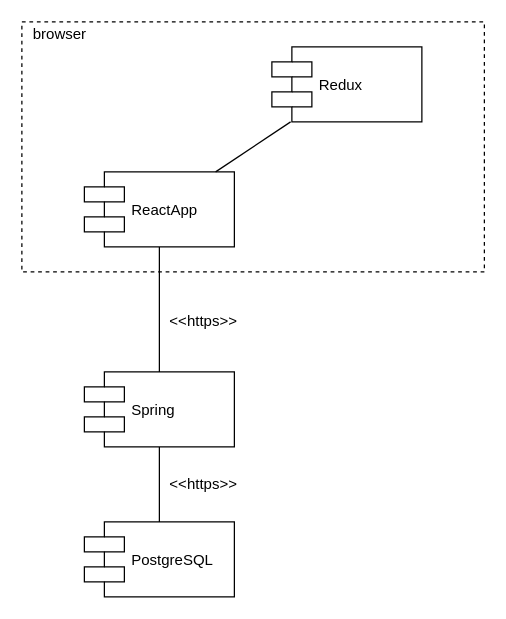
Earlier version of the draw.io diagram docs/diagrams/component/component.drawio (chenko16/task-managment). Source tidied: cells renumbered, new cells numbered last; positions are measured from the earlier drawing's top-left corner, leaving out a move shared by most shapes. Both pictures are drawn from the tidied source at 125%, with x=0, y=0 at pixel (21, 21).
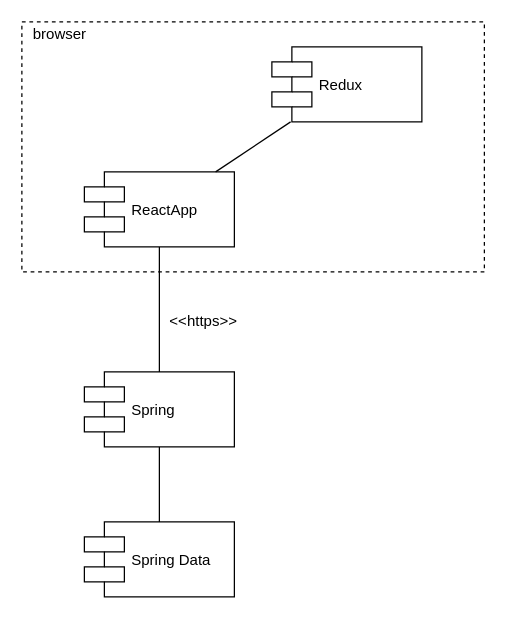
The same diagram, later.

Change to the diagram source:
```diff
@@
 <mxGraphModel>
   <root>
     <mxCell id="0" />
     <mxCell id="1" parent="0" />
     <mxCell id="2" style="rounded=0;whiteSpace=wrap;html=1;fillColor=none;dashed=1;" parent="1" vertex="1">
       <mxGeometry width="370" height="200" as="geometry" />
     </mxCell>
     <mxCell id="3" value="ReactApp" style="shape=component;align=left;spacingLeft=36;" parent="1" vertex="1">
       <mxGeometry x="50" y="120" width="120" height="60" as="geometry" />
     </mxCell>
     <mxCell id="4" value="Redux" style="shape=component;align=left;spacingLeft=36;" parent="1" vertex="1">
       <mxGeometry x="200" y="20" width="120" height="60" as="geometry" />
     </mxCell>
     <mxCell id="5" style="endArrow=none;html=1;" parent="1" edge="1" source="3" target="4">
       <mxGeometry relative="1" as="geometry" />
     </mxCell>
-    <mxCell id="6" value="PostgreSQL" style="shape=component;align=left;spacingLeft=36;" parent="1" vertex="1">
+    <mxCell id="6" value="Spring Data" style="shape=component;align=left;spacingLeft=36;" parent="1" vertex="1">
       <mxGeometry x="50" y="400" width="120" height="60" as="geometry" />
     </mxCell>
     <mxCell id="7" value="Spring" style="shape=component;align=left;spacingLeft=36;" parent="1" vertex="1">
       <mxGeometry x="50" y="280" width="120" height="60" as="geometry" />
     </mxCell>
     <mxCell id="8" style="endArrow=none;html=1;" parent="1" edge="1" source="3" target="7">
       <mxGeometry relative="1" as="geometry" />
     </mxCell>
     <mxCell id="9" style="endArrow=none;html=1;" parent="1" edge="1" source="6" target="7">
       <mxGeometry relative="1" as="geometry" />
     </mxCell>
     <mxCell id="10" value="&amp;lt;&amp;lt;https&amp;gt;&amp;gt;" style="text;html=1;align=center;verticalAlign=middle;" parent="1" vertex="1">
       <mxGeometry x="110" y="230" width="70" height="20" as="geometry" />
     </mxCell>
     <mxCell id="11" value="browser" style="text;html=1;align=center;verticalAlign=middle;" parent="1" vertex="1">
       <mxGeometry width="60" height="20" as="geometry" />
     </mxCell>
-    <mxCell id="12" value="&amp;lt;&amp;lt;https&amp;gt;&amp;gt;" style="text;html=1;align=center;verticalAlign=middle;" parent="1" vertex="1">
-      <mxGeometry x="110" y="360" width="70" height="20" as="geometry" />
-    </mxCell>
   </root>
 </mxGraphModel>
```
